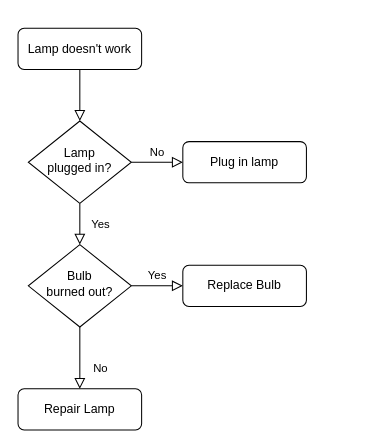
This is 제목 없는 다이어그램.drawio from EukkMaru/hello-world, a draw.io file, before an edit. Source tidied: cells renumbered, new cells numbered last; positions are measured from the earlier drawing's top-left corner, leaving out a move shared by most shapes. Both pictures are drawn from the tidied source at 103%, with x=0, y=0 at pixel (18, 28).
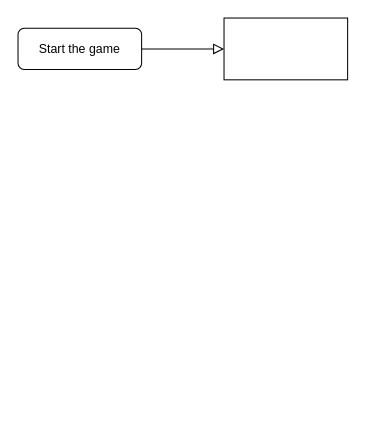
After the change.

Commit message (it also covers changes not shown here):
제목 없는 다이어그램.drawio 업데이트

What changed in the source:
```diff
@@
 <mxGraphModel>
   <root>
     <mxCell id="0" />
     <mxCell id="1" parent="0" />
-    <mxCell id="2" style="rounded=0;html=1;jettySize=auto;fontSize=11;endArrow=block;endFill=0;endSize=8;strokeWidth=1;shadow=0;labelBackgroundColor=none;edgeStyle=orthogonalEdgeStyle;" parent="1" edge="1" source="3" target="6">
-      <mxGeometry relative="1" as="geometry" />
+    <mxCell id="2" style="rounded=0;html=1;jettySize=auto;fontSize=11;endArrow=block;endFill=0;endSize=8;strokeWidth=1;shadow=0;labelBackgroundColor=none;edgeStyle=orthogonalEdgeStyle;" parent="1" edge="1" source="3">
+      <mxGeometry relative="1" as="geometry">
+        <mxPoint x="200" y="20" as="targetPoint" />
+        <Array as="points">
+          <mxPoint x="190" y="20" />
+        </Array>
+      </mxGeometry>
     </mxCell>
-    <mxCell id="3" value="Lamp doesn't work" style="rounded=1;whiteSpace=wrap;html=1;fontSize=12;glass=0;strokeWidth=1;shadow=0;" parent="1" vertex="1">
+    <mxCell id="3" value="Start the game" style="rounded=1;whiteSpace=wrap;html=1;fontSize=12;glass=0;strokeWidth=1;shadow=0;" parent="1" vertex="1">
       <mxGeometry width="120" height="40" as="geometry" />
     </mxCell>
-    <mxCell id="4" value="Yes" style="rounded=0;html=1;jettySize=auto;fontSize=11;endArrow=block;endFill=0;endSize=8;strokeWidth=1;shadow=0;labelBackgroundColor=none;edgeStyle=orthogonalEdgeStyle;" parent="1" edge="1" source="6" target="10">
-      <mxGeometry y="20" relative="1" as="geometry" />
-    </mxCell>
-    <mxCell id="5" value="No" style="edgeStyle=orthogonalEdgeStyle;rounded=0;html=1;jettySize=auto;fontSize=11;endArrow=block;endFill=0;endSize=8;strokeWidth=1;shadow=0;labelBackgroundColor=none;" parent="1" edge="1" source="6" target="7">
-      <mxGeometry y="10" relative="1" as="geometry" />
-    </mxCell>
-    <mxCell id="6" value="Lamp&lt;br&gt;plugged in?" style="rhombus;whiteSpace=wrap;html=1;shadow=0;fontFamily=Helvetica;fontSize=12;align=center;strokeWidth=1;spacing=6;spacingTop=-4;" parent="1" vertex="1">
-      <mxGeometry x="10" y="90" width="100" height="80" as="geometry" />
-    </mxCell>
-    <mxCell id="7" value="Plug in lamp" style="rounded=1;whiteSpace=wrap;html=1;fontSize=12;glass=0;strokeWidth=1;shadow=0;" parent="1" vertex="1">
-      <mxGeometry x="160" y="110" width="120" height="40" as="geometry" />
-    </mxCell>
-    <mxCell id="8" value="No" style="rounded=0;html=1;jettySize=auto;fontSize=11;endArrow=block;endFill=0;endSize=8;strokeWidth=1;shadow=0;labelBackgroundColor=none;edgeStyle=orthogonalEdgeStyle;" parent="1" edge="1" source="10" target="11">
-      <mxGeometry x="0.33" y="20" relative="1" as="geometry" />
-    </mxCell>
-    <mxCell id="9" value="Yes" style="edgeStyle=orthogonalEdgeStyle;rounded=0;html=1;jettySize=auto;fontSize=11;endArrow=block;endFill=0;endSize=8;strokeWidth=1;shadow=0;labelBackgroundColor=none;" parent="1" edge="1" source="10" target="12">
-      <mxGeometry y="10" relative="1" as="geometry" />
-    </mxCell>
-    <mxCell id="10" value="Bulb&lt;br&gt;burned out?" style="rhombus;whiteSpace=wrap;html=1;shadow=0;fontFamily=Helvetica;fontSize=12;align=center;strokeWidth=1;spacing=6;spacingTop=-4;" parent="1" vertex="1">
-      <mxGeometry x="10" y="210" width="100" height="80" as="geometry" />
-    </mxCell>
-    <mxCell id="11" value="Repair Lamp" style="rounded=1;whiteSpace=wrap;html=1;fontSize=12;glass=0;strokeWidth=1;shadow=0;" parent="1" vertex="1">
-      <mxGeometry y="350" width="120" height="40" as="geometry" />
-    </mxCell>
-    <mxCell id="12" value="Replace Bulb" style="rounded=1;whiteSpace=wrap;html=1;fontSize=12;glass=0;strokeWidth=1;shadow=0;" parent="1" vertex="1">
-      <mxGeometry x="160" y="230" width="120" height="40" as="geometry" />
-    </mxCell>
+    <mxCell id="13" style="rounded=0;whiteSpace=wrap;html=1;" parent="1" vertex="1">
+      <mxGeometry x="200" y="-10" width="120" height="60" as="geometry" />
+    </mxCell>
   </root>
 </mxGraphModel>
```
